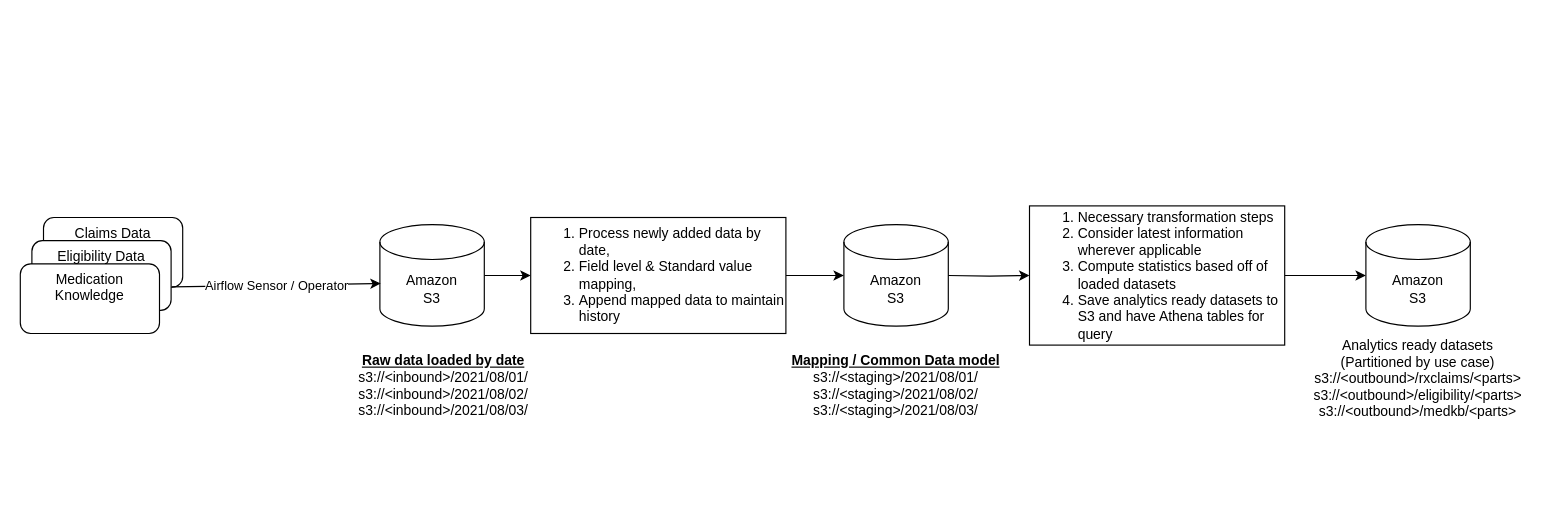
Above: flow_diagram.drawio in anilmarella/mw_interview (draw.io), before the change. Source tidied: cells renumbered, new cells numbered last; positions are measured from the earlier drawing's top-left corner, leaving out a move shared by most shapes. Both pictures are drawn from the tidied source at 116%, with x=0, y=0 at pixel (20, 205).
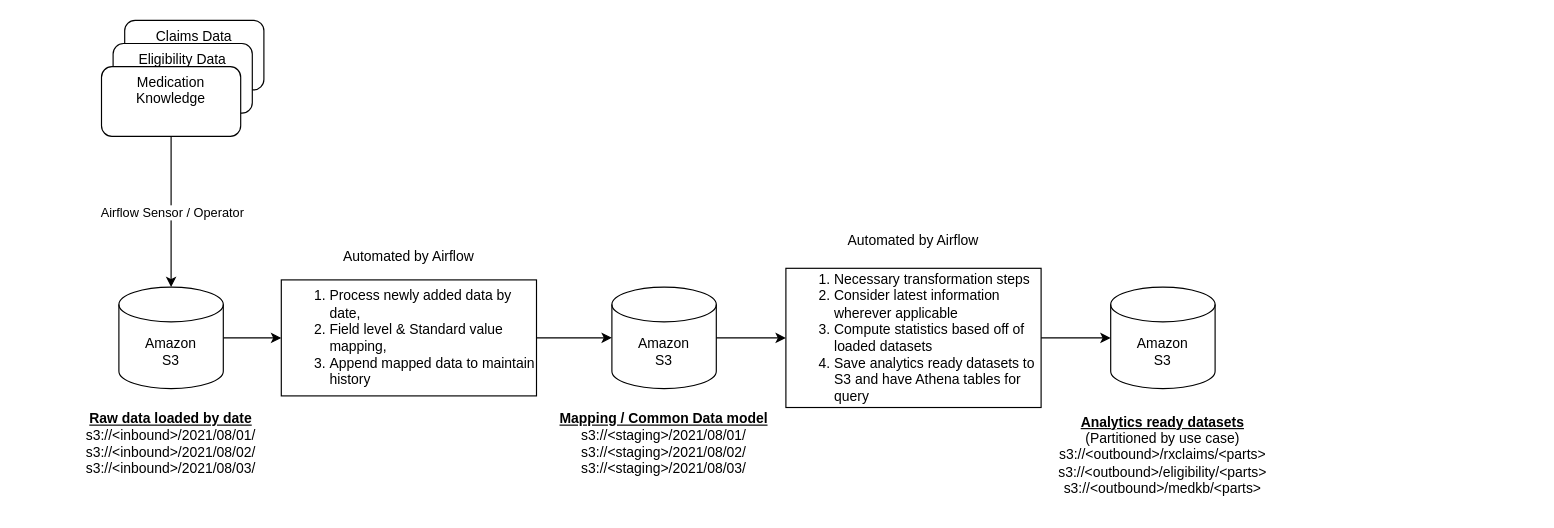
The same diagram, later.

What changed in the source:
```diff
@@
     <mxCell id="2" value="Claims Data" style="rounded=1;whiteSpace=wrap;html=1;verticalAlign=top;" parent="1" vertex="1">
-      <mxGeometry x="20" y="10" width="120" height="60" as="geometry" />
+      <mxGeometry x="90" y="-160" width="120" height="60" as="geometry" />
     </mxCell>
     <mxCell id="3" value="Eligibility Data" style="rounded=1;whiteSpace=wrap;html=1;verticalAlign=top;" parent="1" vertex="1">
-      <mxGeometry x="10" y="30" width="120" height="60" as="geometry" />
+      <mxGeometry x="80" y="-140" width="120" height="60" as="geometry" />
     </mxCell>
     <mxCell id="4" value="Medication Knowledge" style="rounded=1;whiteSpace=wrap;html=1;verticalAlign=top;" parent="1" vertex="1">
-      <mxGeometry y="50" width="120" height="60" as="geometry" />
+      <mxGeometry x="70" y="-120" width="120" height="60" as="geometry" />
     </mxCell>
@@
     <mxCell id="6" value="&lt;div&gt;Amazon&lt;/div&gt;&lt;div&gt;S3&lt;br&gt;&lt;/div&gt;" style="shape=cylinder3;whiteSpace=wrap;html=1;boundedLbl=1;backgroundOutline=1;size=15;verticalAlign=middle;" parent="1" vertex="1">
-      <mxGeometry x="310" y="16.2" width="90" height="87.5" as="geometry" />
+      <mxGeometry x="85" y="70" width="90" height="87.5" as="geometry" />
     </mxCell>
-    <mxCell id="7" style="endArrow=classic;html=1;exitX=0.923;exitY=0.997;exitDx=0;exitDy=0;exitPerimeter=0;entryX=0.008;entryY=0.58;entryDx=0;entryDy=0;entryPerimeter=0;" parent="1" edge="1" source="2" target="6">
+    <mxCell id="7" style="endArrow=classic;html=1;exitX=0.5;exitY=1;exitDx=0;exitDy=0;" parent="1" edge="1" source="4" target="6">
       <mxGeometry relative="1" as="geometry" />
     </mxCell>
@@
     <mxCell id="9" value="&lt;u&gt;&lt;b&gt;Raw data loaded by date&lt;/b&gt;&lt;/u&gt;&lt;br&gt;s3://&amp;lt;inbound&amp;gt;/2021/08/01/&lt;br&gt;s3://&amp;lt;inbound&amp;gt;/2021/08/02/&lt;br&gt;s3://&amp;lt;inbound&amp;gt;/2021/08/03/" style="text;html=1;strokeColor=none;fillColor=none;align=center;verticalAlign=middle;whiteSpace=wrap;rounded=0;" parent="1" vertex="1">
-      <mxGeometry x="270" y="120" width="190" height="70" as="geometry" />
+      <mxGeometry x="35" y="170" width="190" height="70" as="geometry" />
     </mxCell>
-    <mxCell id="10" style="edgeStyle=orthogonalEdgeStyle;rounded=0;jettySize=auto;html=1;exitX=1;exitY=0.5;exitDx=0;exitDy=0;" parent="1" edge="1" source="17">
-      <mxGeometry relative="1" as="geometry">
-        <mxPoint x="710" y="60" as="targetPoint" />
-      </mxGeometry>
+    <mxCell id="10" style="edgeStyle=orthogonalEdgeStyle;rounded=0;jettySize=auto;html=1;exitX=1;exitY=0.5;exitDx=0;exitDy=0;entryX=0;entryY=0.5;entryDx=0;entryDy=0;entryPerimeter=0;" parent="1" edge="1" source="17" target="11">
+      <mxGeometry relative="1" as="geometry" />
     </mxCell>
     <mxCell id="11" value="&lt;div&gt;Amazon&lt;/div&gt;&lt;div&gt;S3&lt;br&gt;&lt;/div&gt;" style="shape=cylinder3;whiteSpace=wrap;html=1;boundedLbl=1;backgroundOutline=1;size=15;verticalAlign=middle;" parent="1" vertex="1">
-      <mxGeometry x="710" y="16.2" width="90" height="87.5" as="geometry" />
+      <mxGeometry x="510" y="70" width="90" height="87.5" as="geometry" />
     </mxCell>
-    <mxCell id="12" style="edgeStyle=orthogonalEdgeStyle;rounded=0;jettySize=auto;html=1;exitX=1;exitY=0.5;exitDx=0;exitDy=0;" parent="1" edge="1" source="18">
-      <mxGeometry relative="1" as="geometry">
-        <mxPoint x="1160" y="60" as="targetPoint" />
-      </mxGeometry>
+    <mxCell id="12" style="edgeStyle=orthogonalEdgeStyle;rounded=0;jettySize=auto;html=1;exitX=1;exitY=0.5;exitDx=0;exitDy=0;" parent="1" edge="1" source="18" target="14">
+      <mxGeometry relative="1" as="geometry" />
     </mxCell>
-    <mxCell id="13" style="edgeStyle=orthogonalEdgeStyle;rounded=0;jettySize=auto;html=1;entryX=0;entryY=0.5;entryDx=0;entryDy=0;" parent="1" edge="1" target="18">
-      <mxGeometry relative="1" as="geometry">
-        <mxPoint x="800" y="60" as="sourcePoint" />
-      </mxGeometry>
+    <mxCell id="13" style="edgeStyle=orthogonalEdgeStyle;rounded=0;jettySize=auto;html=1;entryX=0;entryY=0.5;entryDx=0;entryDy=0;" parent="1" edge="1" source="11" target="18">
+      <mxGeometry relative="1" as="geometry" />
     </mxCell>
     <mxCell id="14" value="&lt;div&gt;Amazon&lt;/div&gt;&lt;div&gt;S3&lt;br&gt;&lt;/div&gt;" style="shape=cylinder3;whiteSpace=wrap;html=1;boundedLbl=1;backgroundOutline=1;size=15;verticalAlign=middle;" parent="1" vertex="1">
-      <mxGeometry x="1160" y="16.2" width="90" height="87.5" as="geometry" />
+      <mxGeometry x="940" y="70" width="90" height="87.5" as="geometry" />
     </mxCell>
     <mxCell id="15" value="&lt;u&gt;&lt;b&gt;Mapping / Common Data model&lt;/b&gt;&lt;/u&gt;&lt;br&gt;s3://&amp;lt;staging&amp;gt;/2021/08/01/&lt;br&gt;s3://&amp;lt;staging&amp;gt;/2021/08/02/&lt;br&gt;s3://&amp;lt;staging&amp;gt;/2021/08/03/" style="text;html=1;strokeColor=none;fillColor=none;align=center;verticalAlign=middle;whiteSpace=wrap;rounded=0;" parent="1" vertex="1">
-      <mxGeometry x="660" y="120" width="190" height="70" as="geometry" />
+      <mxGeometry x="460" y="170" width="190" height="70" as="geometry" />
     </mxCell>
-    <mxCell id="16" value="Analytics ready datasets &lt;br&gt;(Partitioned by use case)&lt;br&gt;s3://&amp;lt;outbound&amp;gt;/rxclaims/&amp;lt;parts&amp;gt;&lt;br&gt;s3://&amp;lt;outbound&amp;gt;/eligibility/&amp;lt;parts&amp;gt;&lt;br&gt;s3://&amp;lt;outbound&amp;gt;/medkb/&amp;lt;parts&amp;gt;" style="text;html=1;strokeColor=none;fillColor=none;align=center;verticalAlign=middle;whiteSpace=wrap;rounded=0;" parent="1" vertex="1">
-      <mxGeometry x="1105" y="103.8" width="200" height="90" as="geometry" />
+    <mxCell id="16" value="&lt;u&gt;&lt;b&gt;Analytics ready datasets &lt;/b&gt;&lt;/u&gt;&lt;br&gt;(Partitioned by use case)&lt;br&gt;s3://&amp;lt;outbound&amp;gt;/rxclaims/&amp;lt;parts&amp;gt;&lt;br&gt;s3://&amp;lt;outbound&amp;gt;/eligibility/&amp;lt;parts&amp;gt;&lt;br&gt;s3://&amp;lt;outbound&amp;gt;/medkb/&amp;lt;parts&amp;gt;" style="text;html=1;strokeColor=none;fillColor=none;align=center;verticalAlign=middle;whiteSpace=wrap;rounded=0;" parent="1" vertex="1">
+      <mxGeometry x="885" y="170" width="200" height="90" as="geometry" />
     </mxCell>
     <mxCell id="17" value="&lt;div align=&quot;left&quot;&gt;&lt;ol&gt;&lt;li&gt;Process newly added data by date,&lt;/li&gt;&lt;li&gt;Field level &amp;amp; Standard value mapping,&lt;/li&gt;&lt;li&gt;Append mapped data to maintain history&lt;/li&gt;&lt;/ol&gt;&lt;/div&gt;" style="rounded=0;whiteSpace=wrap;html=1;verticalAlign=middle;align=left;" parent="1" vertex="1">
-      <mxGeometry x="440" y="10" width="220" height="100" as="geometry" />
+      <mxGeometry x="225" y="63.8" width="220" height="100" as="geometry" />
     </mxCell>
     <mxCell id="18" value="&lt;div align=&quot;left&quot;&gt;&lt;ol&gt;&lt;li&gt;Necessary transformation steps&lt;/li&gt;&lt;li&gt;Consider latest information wherever applicable&lt;/li&gt;&lt;li&gt;Compute statistics based off of loaded datasets&lt;/li&gt;&lt;li&gt;Save analytics ready datasets to S3 and have Athena tables for query&lt;br&gt;&lt;/li&gt;&lt;/ol&gt;&lt;/div&gt;" style="rounded=0;whiteSpace=wrap;html=1;verticalAlign=middle;align=left;" parent="1" vertex="1">
-      <mxGeometry x="870" width="220" height="120" as="geometry" />
+      <mxGeometry x="660" y="53.8" width="220" height="120" as="geometry" />
     </mxCell>
+    <mxCell id="19" value="Automated by Airflow" style="text;html=1;strokeColor=none;fillColor=none;align=center;verticalAlign=middle;whiteSpace=wrap;rounded=0;" parent="1" vertex="1">
+      <mxGeometry x="265" y="33.8" width="140" height="20" as="geometry" />
+    </mxCell>
+    <mxCell id="20" value="Automated by Airflow" style="text;html=1;strokeColor=none;fillColor=none;align=center;verticalAlign=middle;whiteSpace=wrap;rounded=0;" parent="1" vertex="1">
+      <mxGeometry x="700" y="20" width="140" height="20" as="geometry" />
+    </mxCell>
```
